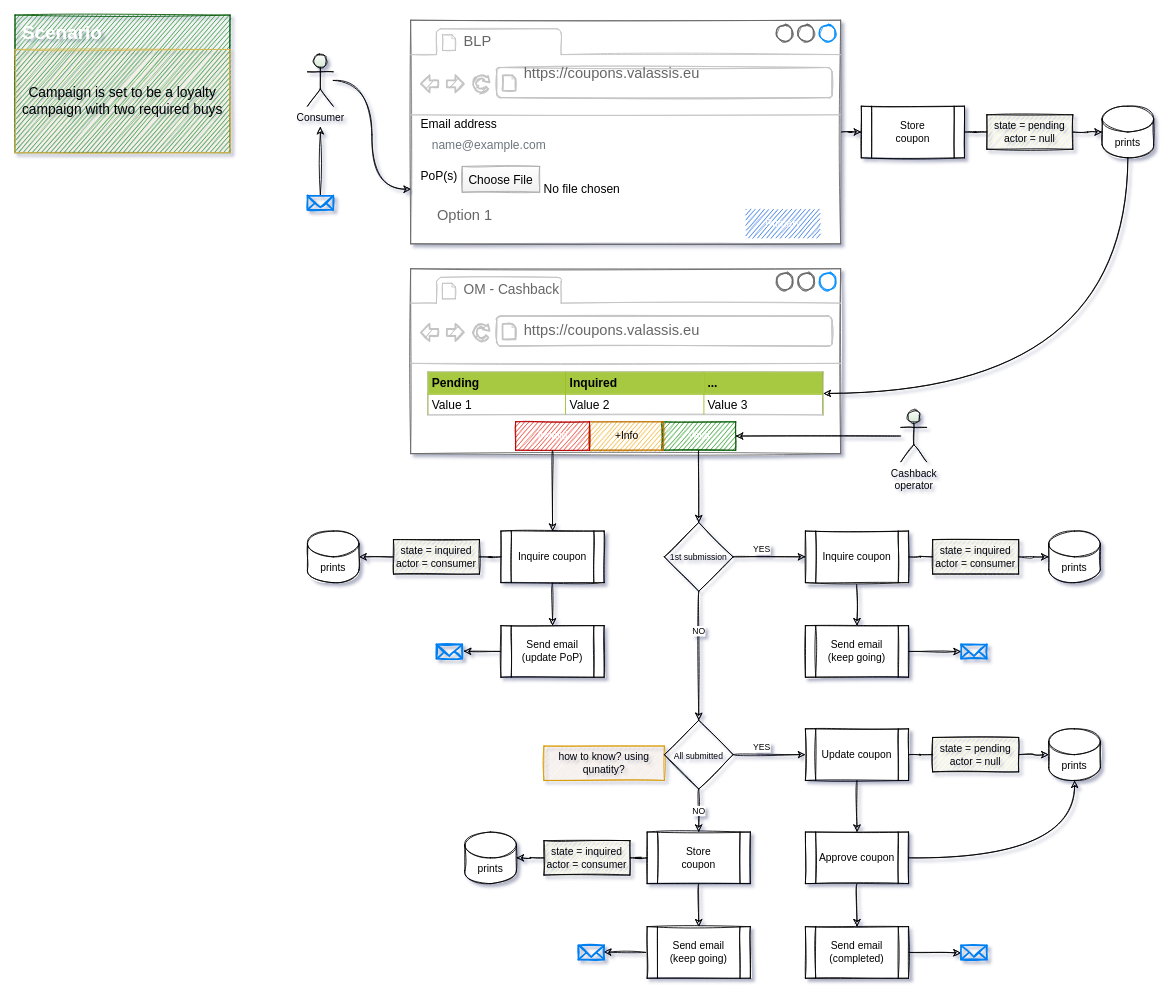
The draw.io diagram page "User flow" (1 of 6) of loyalty/User Flow.drawio in valassis-fcalle/diagramas.net, before the edit. Source tidied: cells renumbered, new cells numbered last; positions are measured from the earlier drawing's top-left corner, leaving out a move shared by most shapes. Both pictures are drawn from the tidied source at 86%, with x=0, y=0 at pixel (15, 15).
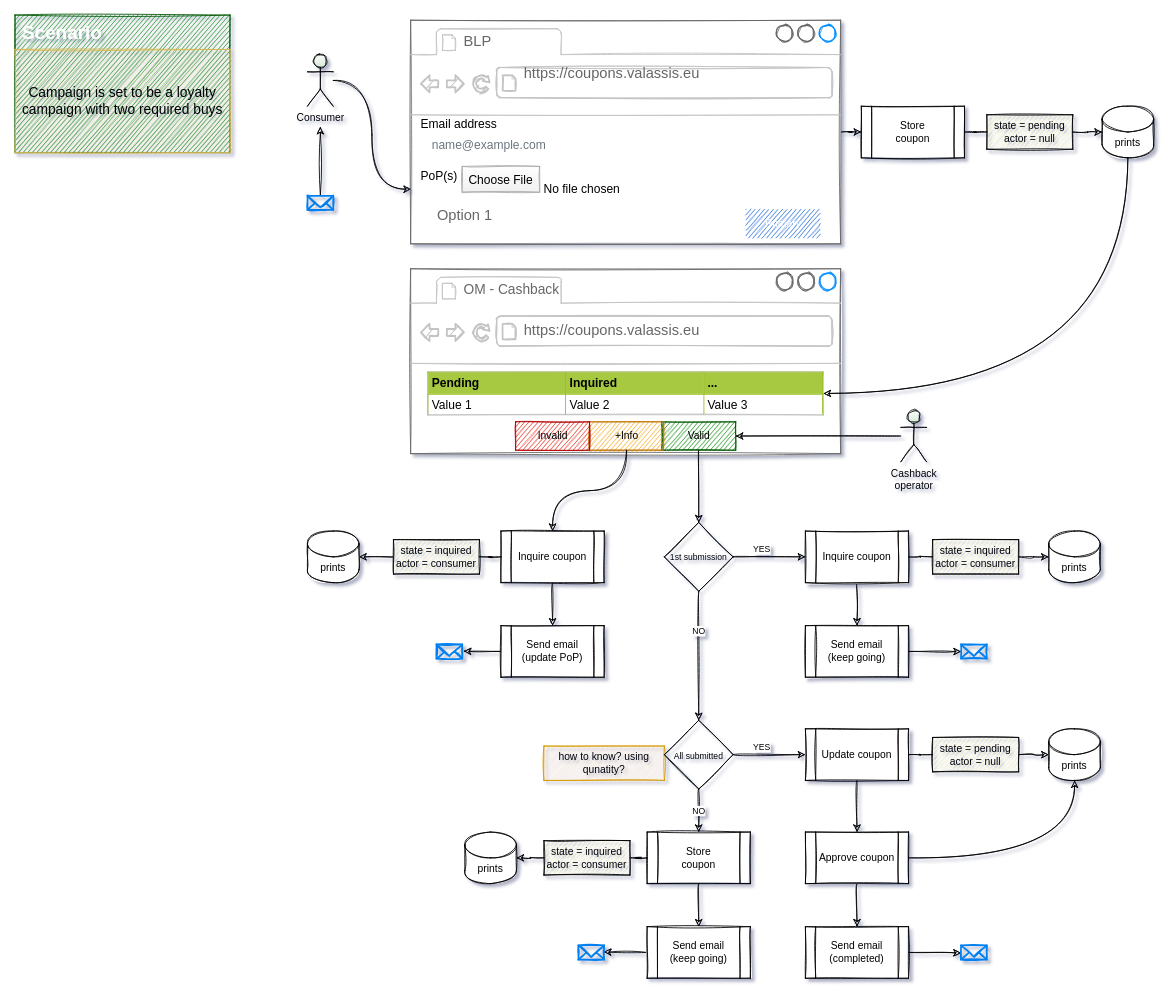
The same diagram, later.

The change refers to these unchanged cells:
```xml
<mxCell id="22" style="strokeWidth=1;shadow=0;dashed=0;align=center;html=1;shape=mxgraph.mockup.containers.browserWindow;rSize=0;strokeColor=#666666;strokeColor2=#008cff;strokeColor3=#c4c4c4;mainText=,;sketch=1;rounded=0;" parent="1" vertex="1">
  <mxGeometry x="460" y="295" width="500" height="215" as="geometry" />
</mxCell>
<mxCell id="27" value="+Info" style="rounded=0;fillColor=#f0a30a;strokeColor=#BD7000;html=1;fontColor=#000000;align=center;verticalAlign=middle;fontStyle=0;fontSize=12;sketch=1;" parent="22" vertex="1">
  <mxGeometry x="208" y="178" width="86" height="33" as="geometry" />
</mxCell>
<mxCell id="73" value="Inquire coupon" style="shape=process;whiteSpace=wrap;html=1;backgroundOutline=1;gradientColor=none;sketch=1;rounded=0;" parent="1" vertex="1">
  <mxGeometry x="565" y="600" width="120" height="60" as="geometry" />
</mxCell>
```

What changed in the source:
```diff
@@
-    <mxCell id="25" value="Valid" style="rounded=0;fillColor=#008a00;strokeColor=#005700;html=1;fontColor=#ffffff;align=center;verticalAlign=middle;fontStyle=0;fontSize=12;sketch=1;" parent="22" vertex="1">
+    <mxCell id="25" value="&lt;font color=&quot;#000000&quot;&gt;Valid&lt;/font&gt;" style="rounded=0;fillColor=#008a00;strokeColor=#005700;html=1;fontColor=#ffffff;align=center;verticalAlign=middle;fontStyle=0;fontSize=12;sketch=1;" parent="22" vertex="1">
       <mxGeometry x="292" y="178" width="86" height="33" as="geometry" />
     </mxCell>
@@
-    <mxCell id="28" value="Invalid" style="rounded=0;fillColor=#e51400;strokeColor=#B20000;html=1;fontColor=#ffffff;align=center;verticalAlign=middle;fontStyle=0;fontSize=12;sketch=1;" parent="22" vertex="1">
+    <mxCell id="28" value="&lt;font color=&quot;#030303&quot;&gt;Invalid&lt;/font&gt;" style="rounded=0;fillColor=#e51400;strokeColor=#B20000;html=1;fontColor=#ffffff;align=center;verticalAlign=middle;fontStyle=0;fontSize=12;sketch=1;" parent="22" vertex="1">
       <mxGeometry x="122" y="178" width="86" height="33" as="geometry" />
     </mxCell>
@@
-    <mxCell id="74" style="edgeStyle=orthogonalEdgeStyle;rounded=0;sketch=1;jettySize=auto;html=1;shadow=0;fontSize=10;curved=1;" parent="1" edge="1" source="28" target="73">
+    <mxCell id="74" style="edgeStyle=orthogonalEdgeStyle;rounded=0;sketch=1;jettySize=auto;html=1;shadow=0;fontSize=10;curved=1;exitX=0.5;exitY=1;exitDx=0;exitDy=0;" parent="1" edge="1" source="27" target="73">
       <mxGeometry relative="1" as="geometry" />
     </mxCell>
```
